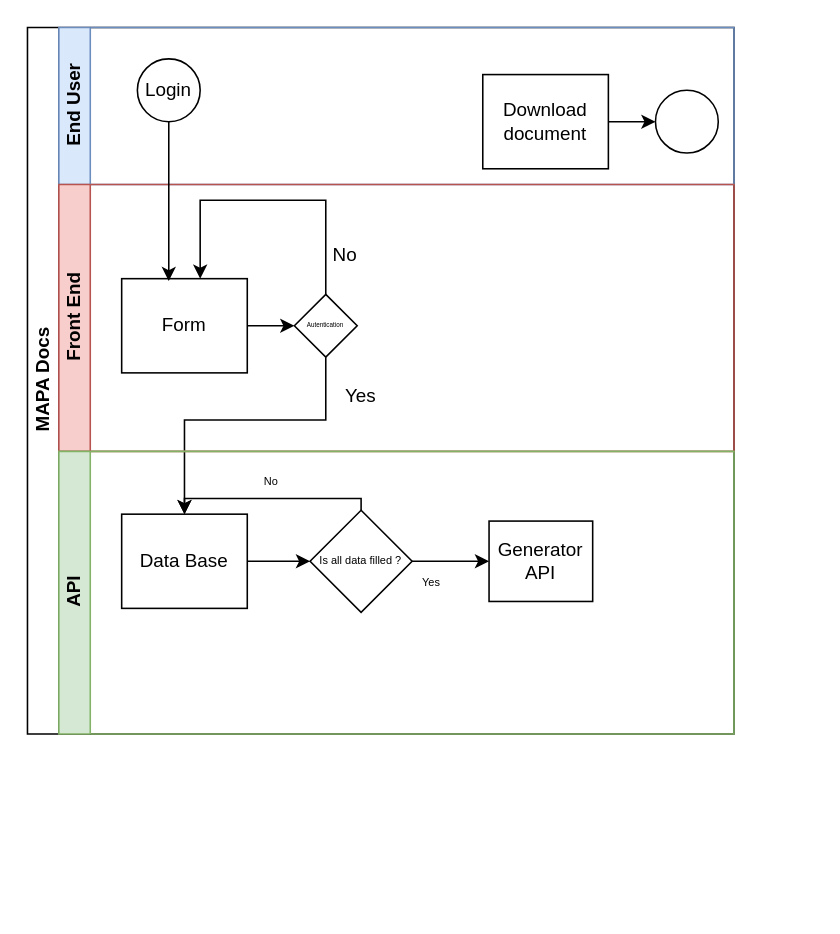
The draw.io diagram mapa_doc.drawio in vivianebuge/ds-em-producao, before the edit. Source tidied: cells renumbered, new cells numbered last; positions are measured from the earlier drawing's top-left corner, leaving out a move shared by most shapes. Both pictures are drawn from the tidied source at 157%, with x=0, y=0 at pixel (27, 27).
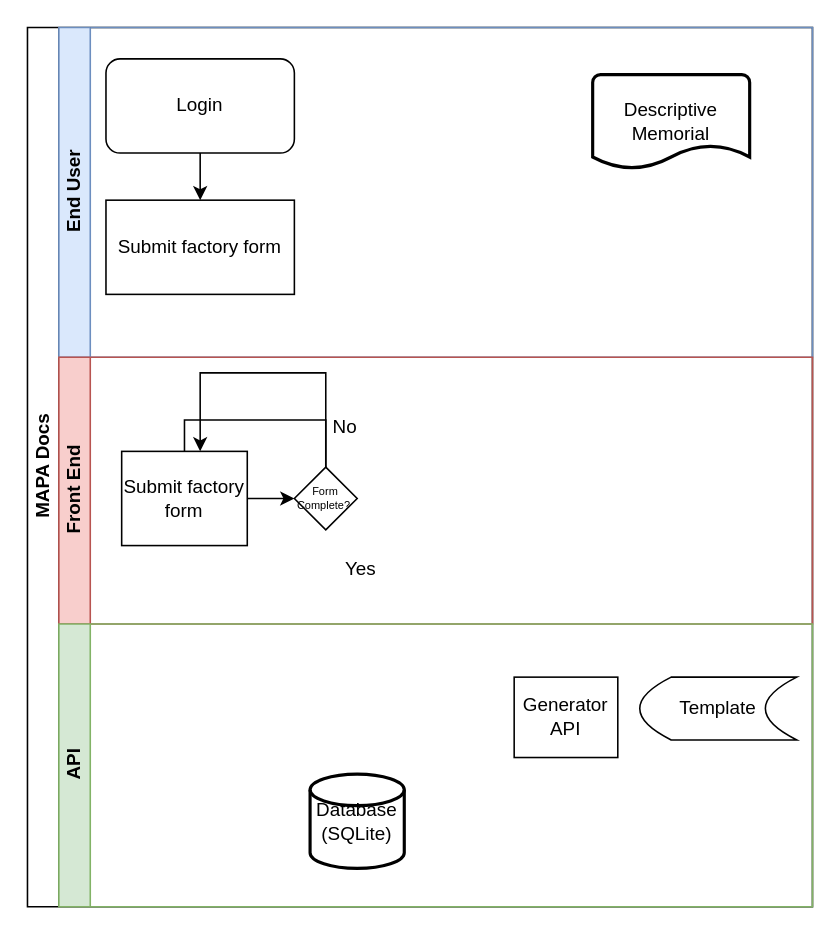
The same page after the edit.

The edit, as a diff of the source:
```diff
@@
     <mxCell id="2" value="MAPA Docs" style="swimlane;html=1;horizontal=0;startSize=20;" parent="1" vertex="1">
-      <mxGeometry width="450" height="450" as="geometry" />
+      <mxGeometry width="500" height="560" as="geometry" />
     </mxCell>
-    <mxCell id="3" style="edgeStyle=orthogonalEdgeStyle;rounded=0;jettySize=auto;html=1;endArrow=classic;endFill=1;" parent="2" edge="1" source="12" target="18">
+    <mxCell id="3" style="edgeStyle=orthogonalEdgeStyle;rounded=0;jettySize=auto;html=1;endArrow=classic;endFill=1;" parent="2" edge="1" source="12">
       <mxGeometry relative="1" as="geometry">
+        <mxPoint x="100" y="310" as="targetPoint" />
         <Array as="points">
           <mxPoint x="190" y="250" />
           <mxPoint x="100" y="250" />
         </Array>
       </mxGeometry>
     </mxCell>
     <mxCell id="4" value="End User" style="swimlane;html=1;startSize=20;horizontal=0;fillColor=#dae8fc;strokeColor=#6c8ebf;" parent="2" vertex="1">
-      <mxGeometry x="20" width="430" height="100" as="geometry" />
+      <mxGeometry x="20" width="480" height="210" as="geometry" />
     </mxCell>
-    <mxCell id="5" value="Login" style="ellipse;whiteSpace=wrap;html=1;" parent="4" vertex="1">
-      <mxGeometry x="50" y="20" width="40" height="40" as="geometry" />
+    <mxCell id="5" value="Login" style="rounded=1;whiteSpace=wrap;html=1;" parent="4" vertex="1">
+      <mxGeometry x="30" y="20" width="120" height="60" as="geometry" />
     </mxCell>
-    <mxCell id="6" style="edgeStyle=orthogonalEdgeStyle;rounded=0;jettySize=auto;html=1;endArrow=classic;endFill=1;" parent="4" edge="1" source="7" target="8">
-      <mxGeometry relative="1" as="geometry" />
-    </mxCell>
-    <mxCell id="7" value="Download document" style="rounded=0;whiteSpace=wrap;html=1;fontFamily=Helvetica;fontSize=12;fontColor=#000000;align=center;" parent="4" vertex="1">
-      <mxGeometry x="270" y="30" width="80" height="60" as="geometry" />
-    </mxCell>
-    <mxCell id="8" style="ellipse;whiteSpace=wrap;html=1;" parent="4" vertex="1">
-      <mxGeometry x="380" y="40" width="40" height="40" as="geometry" />
-    </mxCell>
+    <mxCell id="26" value="Descriptive Memorial" style="strokeWidth=2;html=1;shape=mxgraph.flowchart.document2;whiteSpace=wrap;size=0.25;" parent="4" vertex="1">
+      <mxGeometry x="340" y="30" width="100" height="60" as="geometry" />
+    </mxCell>
+    <mxCell id="27" value="Submit factory form" style="rounded=0;whiteSpace=wrap;html=1;" parent="4" vertex="1">
+      <mxGeometry x="30" y="110" width="120" height="60" as="geometry" />
+    </mxCell>
+    <mxCell id="25" style="edgeStyle=orthogonalEdgeStyle;rounded=0;jettySize=auto;html=1;exitX=0.5;exitY=1;exitDx=0;exitDy=0;" parent="4" edge="1" source="5" target="27">
+      <mxGeometry relative="1" as="geometry" />
+    </mxCell>
     <mxCell id="9" value="Front End" style="swimlane;html=1;startSize=20;horizontal=0;fillColor=#f8cecc;strokeColor=#b85450;" parent="2" vertex="1">
-      <mxGeometry x="20" y="100" width="430" height="170" as="geometry" />
+      <mxGeometry x="20" y="210" width="480" height="170" as="geometry" />
     </mxCell>
@@
-    <mxCell id="11" value="Form" style="rounded=0;whiteSpace=wrap;html=1;fontFamily=Helvetica;fontSize=12;fontColor=#000000;align=center;" parent="9" vertex="1">
+    <mxCell id="11" value="Submit factory form" style="rounded=0;whiteSpace=wrap;html=1;fontFamily=Helvetica;fontSize=12;fontColor=#000000;align=center;" parent="9" vertex="1">
       <mxGeometry x="40" y="60" width="80" height="60" as="geometry" />
     </mxCell>
-    <mxCell id="12" value="Autentication" style="rhombus;whiteSpace=wrap;html=1;fontFamily=Helvetica;fontSize=4;fontColor=#000000;align=center;" parent="9" vertex="1">
+    <mxCell id="12" value="&lt;font style=&quot;font-size: 7px;&quot;&gt;Form Complete?&amp;nbsp;&lt;/font&gt;" style="rhombus;whiteSpace=wrap;html=1;fontFamily=Helvetica;fontSize=4;fontColor=#000000;align=center;" parent="9" vertex="1">
       <mxGeometry x="150" y="70" width="40" height="40" as="geometry" />
     </mxCell>
@@
     <mxCell id="16" value="API" style="swimlane;html=1;startSize=20;horizontal=0;fillColor=#d5e8d4;strokeColor=#82b366;" parent="2" vertex="1">
-      <mxGeometry x="20" y="270" width="430" height="180" as="geometry" />
+      <mxGeometry x="20" y="380" width="480" height="180" as="geometry" />
     </mxCell>
-    <mxCell id="17" style="edgeStyle=orthogonalEdgeStyle;rounded=0;jettySize=auto;html=1;" parent="16" edge="1" source="18" target="21">
-      <mxGeometry relative="1" as="geometry">
-        <Array as="points">
-          <mxPoint x="180" y="80" />
-          <mxPoint x="180" y="80" />
-        </Array>
-      </mxGeometry>
-    </mxCell>
-    <mxCell id="18" value="Data Base" style="rounded=0;whiteSpace=wrap;html=1;fontFamily=Helvetica;fontSize=12;fontColor=#000000;align=center;" parent="16" vertex="1">
-      <mxGeometry x="40" y="40" width="80" height="60" as="geometry" />
-    </mxCell>
-    <mxCell id="19" style="edgeStyle=orthogonalEdgeStyle;rounded=0;jettySize=auto;html=1;" parent="16" edge="1" source="21" target="23">
-      <mxGeometry relative="1" as="geometry" />
-    </mxCell>
-    <mxCell id="20" style="edgeStyle=orthogonalEdgeStyle;rounded=0;jettySize=auto;html=1;" parent="16" edge="1" source="21" target="18">
-      <mxGeometry relative="1" as="geometry">
-        <Array as="points">
-          <mxPoint x="193" y="30" />
-          <mxPoint x="80" y="30" />
-        </Array>
-      </mxGeometry>
-    </mxCell>
-    <mxCell id="21" value="Is all data filled ?" style="rhombus;whiteSpace=wrap;html=1;fontFamily=Helvetica;fontSize=7;fontColor=#000000;align=center;" parent="16" vertex="1">
-      <mxGeometry x="160" y="37.5" width="65" height="65" as="geometry" />
-    </mxCell>
-    <mxCell id="22" value="Yes" style="text;html=1;strokeColor=none;fillColor=none;align=center;verticalAlign=middle;whiteSpace=wrap;rounded=0;fontSize=7;" parent="16" vertex="1">
-      <mxGeometry x="225" y="78.8" width="25" height="10" as="geometry" />
-    </mxCell>
     <mxCell id="23" value="Generator API" style="whiteSpace=wrap;html=1;fontColor=#000000;" parent="16" vertex="1">
-      <mxGeometry x="274" y="44.4" width="66" height="51.2" as="geometry" />
+      <mxGeometry x="290" y="33.8" width="66" height="51.2" as="geometry" />
     </mxCell>
-    <mxCell id="24" value="No" style="text;html=1;align=center;verticalAlign=middle;strokeColor=none;fillColor=none;fontSize=7;" parent="16" vertex="1">
-      <mxGeometry x="120" y="10" width="30" height="20" as="geometry" />
-    </mxCell>
-    <mxCell id="25" style="edgeStyle=orthogonalEdgeStyle;rounded=0;jettySize=auto;html=1;entryX=0.375;entryY=0.026;entryDx=0;entryDy=0;entryPerimeter=0;" parent="2" edge="1" source="5" target="11">
-      <mxGeometry relative="1" as="geometry" />
-    </mxCell>
+    <mxCell id="28" value="Database&lt;br&gt;(SQLite)" style="strokeWidth=2;html=1;shape=mxgraph.flowchart.database;whiteSpace=wrap;" parent="16" vertex="1">
+      <mxGeometry x="160" y="95.6" width="60" height="60" as="geometry" />
+    </mxCell>
+    <mxCell id="29" value="Template" style="shape=dataStorage;whiteSpace=wrap;html=1;fixedSize=1;" parent="16" vertex="1">
+      <mxGeometry x="370" y="33.8" width="100" height="40" as="geometry" />
+    </mxCell>
```
